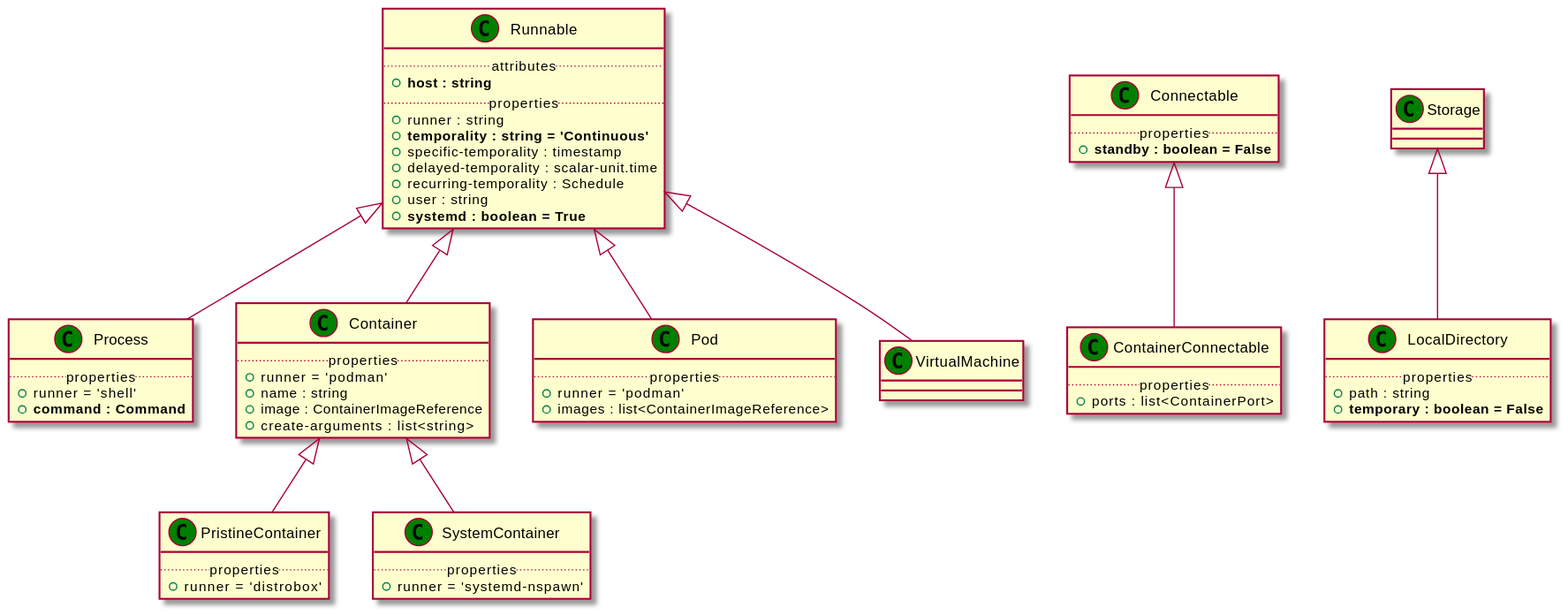
The PlantUML diagram examples/Khutulun/diagrams/uml2/capabilities-uml2-class-diagram.svg in Orange-OpenSource/Cloudnet-TOSCA-toolbox, before a commit.
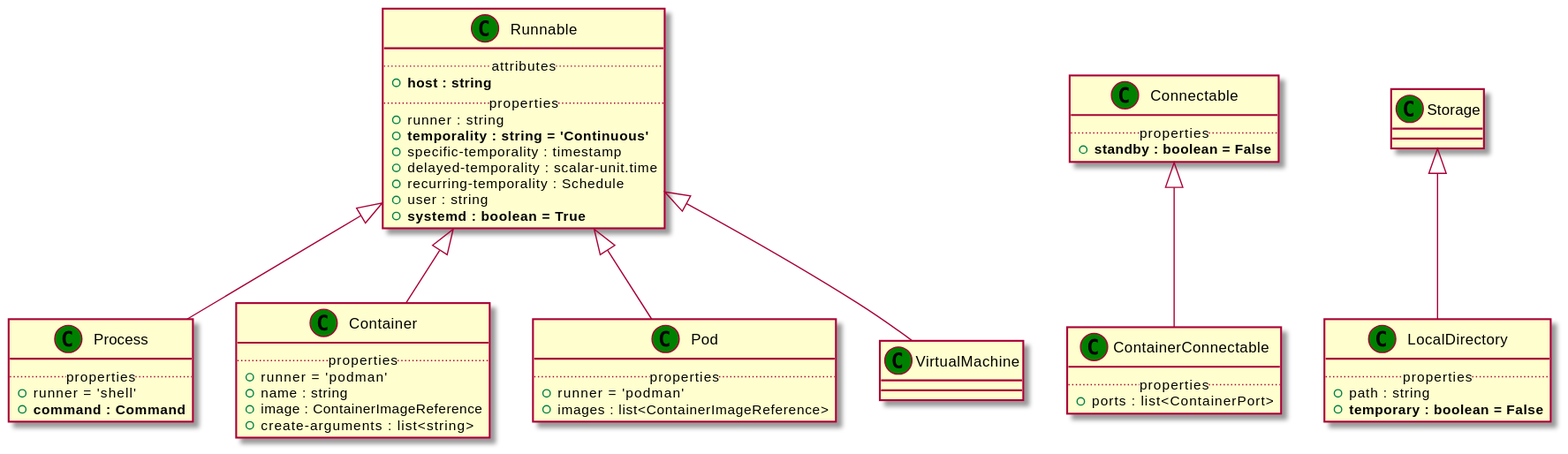
Later version of the same file.

What changed in the source:
```diff
@@ -23,7 +23,6 @@
 +runner = 'shell'
 +<b>command : Command
 }
-Runnable_CT <|-- Process_CT
 class "Container" as Container_CT << (C,green) >> {
 .. properties ..
 +runner = 'podman'
@@ -31,35 +30,26 @@
 +image : ContainerImageReference
 +create-arguments : list<string>
 }
-Runnable_CT <|-- Container_CT
-class "PristineContainer" as PristineContainer_CT << (C,green) >> {
-.. properties ..
-+runner = 'distrobox'
-}
-Container_CT <|-- PristineContainer_CT
-class "SystemContainer" as SystemContainer_CT << (C,green) >> {
-.. properties ..
-+runner = 'systemd-nspawn'
-}
-Container_CT <|-- SystemContainer_CT
 class "Pod" as Pod_CT << (C,green) >> {
 .. properties ..
 +runner = 'podman'
 +images : list<ContainerImageReference>
 }
-Runnable_CT <|-- Pod_CT
 class "VirtualMachine" as VirtualMachine_CT << (C,green) >> {
 }
-Runnable_CT <|-- VirtualMachine_CT
 class "ContainerConnectable" as ContainerConnectable_CT << (C,green) >> {
 .. properties ..
 +ports : list<ContainerPort>
 }
-Connectable_CT <|-- ContainerConnectable_CT
 class "LocalDirectory" as LocalDirectory_CT << (C,green) >> {
 .. properties ..
 +path : string
 +<b>temporary : boolean = False
 }
+Runnable_CT <|-- Process_CT
+Runnable_CT <|-- Container_CT
+Runnable_CT <|-- Pod_CT
+Runnable_CT <|-- VirtualMachine_CT
+Connectable_CT <|-- ContainerConnectable_CT
 Storage_CT <|-- LocalDirectory_CT
 @enduml
```
